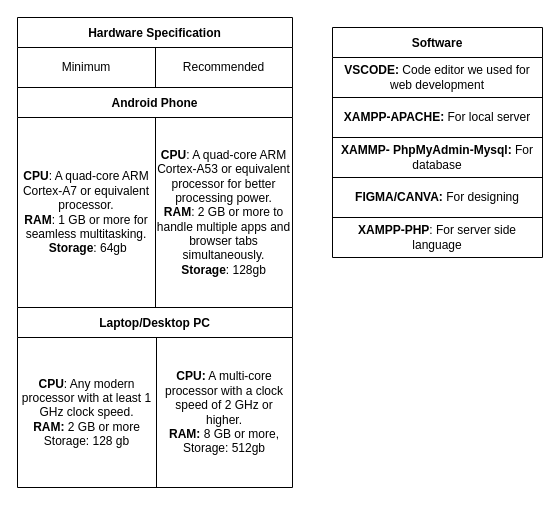
Above: table.drawio in AriesJ12/Full-fledge-website-first- (draw.io), before the change. Source tidied: cells renumbered, new cells numbered last; positions are measured from the earlier drawing's top-left corner, leaving out a move shared by most shapes. Both pictures are drawn from the tidied source at 100%, with x=0, y=0 at pixel (17, 17).
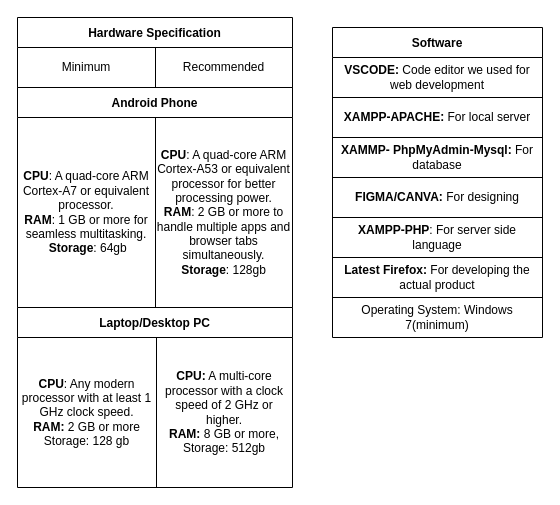
The same page after the edit.

Diff of the diagram source:
```diff
@@
     <mxCell id="14" value="Software" style="shape=table;startSize=30;childLayout=tableLayout;fontStyle=1;align=center;" parent="1" vertex="1">
-      <mxGeometry x="315" y="10" width="210" height="230" as="geometry" />
+      <mxGeometry x="315" y="10" width="210" height="310" as="geometry" />
     </mxCell>
@@
+    <mxCell id="25" style="shape=tableRow;horizontal=0;startSize=0;swimlaneHead=0;swimlaneBody=0;top=0;left=0;bottom=0;right=0;fillColor=none;" parent="14" vertex="1">
+      <mxGeometry y="230" width="210" height="40" as="geometry" />
+    </mxCell>
+    <mxCell id="26" value="&lt;b&gt;Latest Firefox: &lt;/b&gt;For developing the actual product" style="shape=partialRectangle;html=1;whiteSpace=wrap;fillColor=none;top=0;left=0;bottom=0;right=0;overflow=hidden;" parent="25" vertex="1">
+      <mxGeometry width="210" height="40" as="geometry" />
+    </mxCell>
+    <mxCell id="27" style="shape=tableRow;horizontal=0;startSize=0;swimlaneHead=0;swimlaneBody=0;top=0;left=0;bottom=0;right=0;fillColor=none;" parent="14" vertex="1">
+      <mxGeometry y="270" width="210" height="40" as="geometry" />
+    </mxCell>
+    <mxCell id="28" value="Operating System: Windows 7(minimum)" style="shape=partialRectangle;html=1;whiteSpace=wrap;fillColor=none;top=0;left=0;bottom=0;right=0;overflow=hidden;" parent="27" vertex="1">
+      <mxGeometry width="210" height="40" as="geometry" />
+    </mxCell>
```
